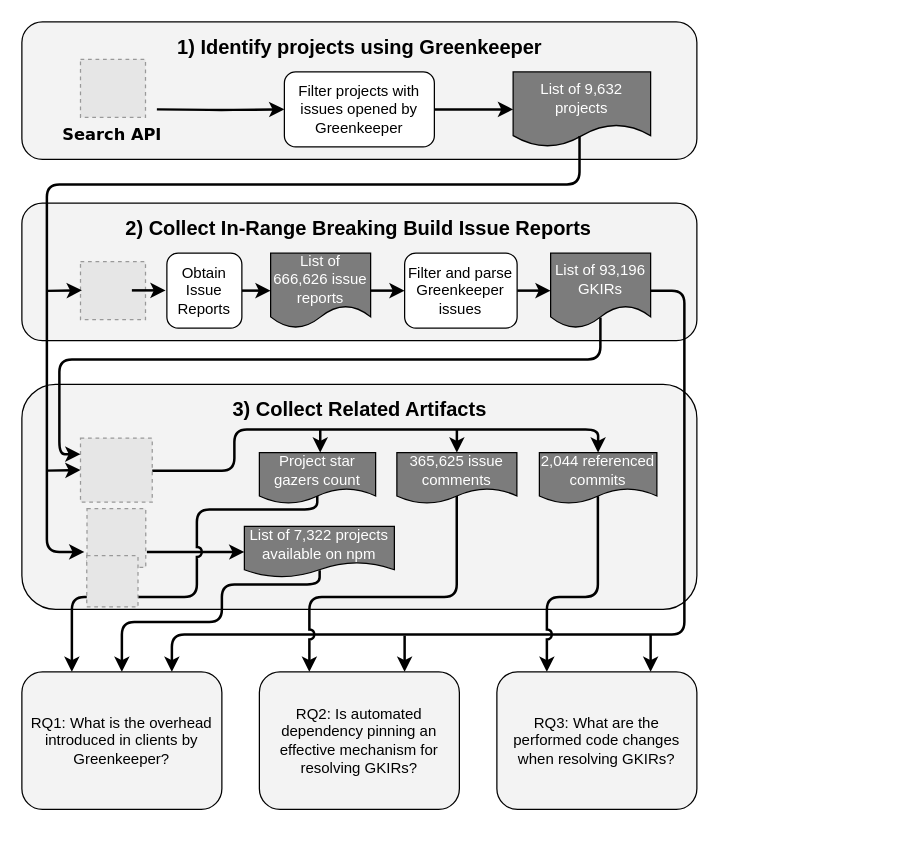
This is data_collection_diagram.drawio from brombaut/GKIR_Analysis, a draw.io file, before an edit. Source tidied: cells renumbered, new cells numbered last; positions are measured from the earlier drawing's top-left corner, leaving out a move shared by most shapes. Both pictures are drawn from the tidied source at 125%, with x=0, y=0 at pixel (21, 21). Pictures stored in the file or linked from it are replaced by grey dashed boxes.
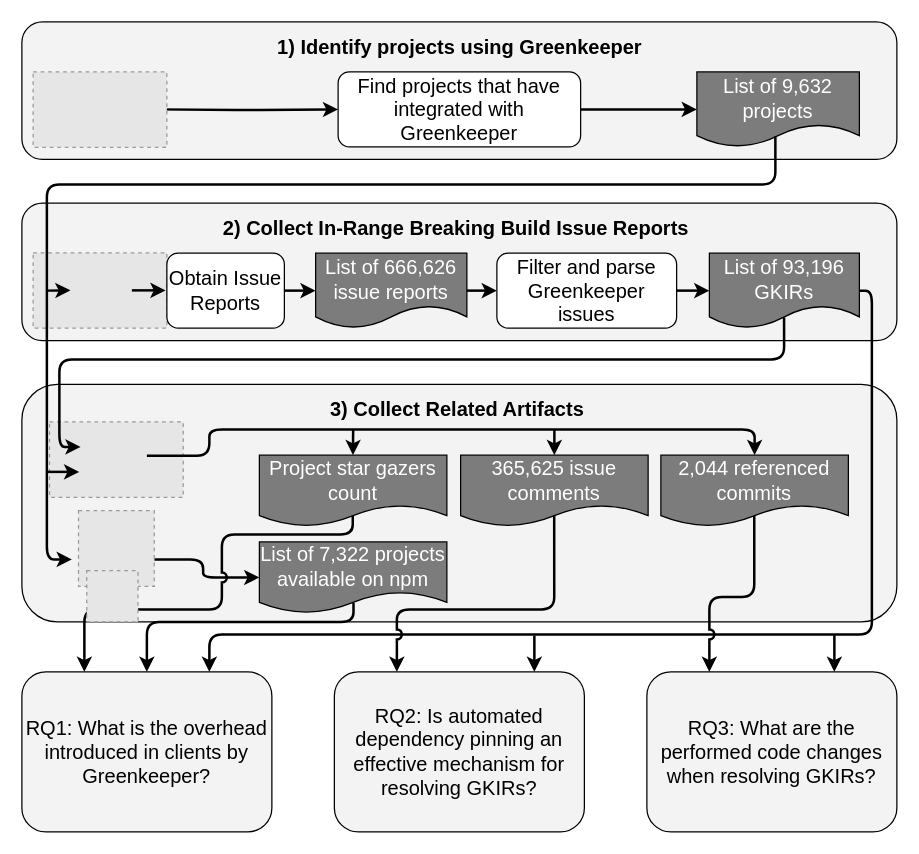
The same diagram, later.

Change to the diagram source:
```diff
@@
     <mxCell id="2" style="rounded=1;whiteSpace=wrap;html=1;fillColor=#F3F3F3;" parent="1" vertex="1">
-      <mxGeometry width="540" height="110" as="geometry" />
+      <mxGeometry width="700" height="110" as="geometry" />
     </mxCell>
     <mxCell id="3" value="&lt;b&gt;&lt;font style=&quot;font-size: 16px&quot;&gt;1) Identify projects using Greenkeeper&lt;/font&gt;&lt;/b&gt;" style="text;html=1;strokeColor=none;fillColor=none;align=center;verticalAlign=middle;whiteSpace=wrap;rounded=0;" parent="1" vertex="1">
-      <mxGeometry x="108.8" y="10" width="322.5" height="20" as="geometry" />
+      <mxGeometry x="188.8" y="10" width="322.5" height="20" as="geometry" />
     </mxCell>
@@
-    <mxCell id="5" value="Filter projects with issues opened by Greenkeeper" style="rounded=1;whiteSpace=wrap;html=1;fillColor=#FFFFFF;perimeterSpacing=0;" parent="1" vertex="1">
-      <mxGeometry x="210" y="40" width="120" height="60" as="geometry" />
+    <mxCell id="5" value="Find projects that have integrated with Greenkeeper" style="rounded=1;whiteSpace=wrap;html=1;fillColor=#FFFFFF;perimeterSpacing=0;fontSize=16;" parent="1" vertex="1">
+      <mxGeometry x="253" y="40" width="194" height="60" as="geometry" />
     </mxCell>
-    <mxCell id="6" value="&lt;font color=&quot;#ffffff&quot;&gt;List of 9,632 projects&lt;/font&gt;" style="shape=document;whiteSpace=wrap;html=1;boundedLbl=1;fillColor=#7C7C7C;" parent="1" vertex="1">
-      <mxGeometry x="393" y="40" width="110" height="60" as="geometry" />
+    <mxCell id="6" value="&lt;font color=&quot;#ffffff&quot; style=&quot;font-size: 16px;&quot;&gt;List of 9,632 projects&lt;/font&gt;" style="shape=document;whiteSpace=wrap;html=1;boundedLbl=1;fillColor=#7C7C7C;fontSize=16;" parent="1" vertex="1">
+      <mxGeometry x="540" y="40" width="130" height="60" as="geometry" />
     </mxCell>
@@
     <mxCell id="8" style="rounded=1;whiteSpace=wrap;html=1;fillColor=#F3F3F3;" parent="1" vertex="1">
-      <mxGeometry y="145" width="540" height="110" as="geometry" />
+      <mxGeometry y="145" width="700" height="110" as="geometry" />
     </mxCell>
+    <mxCell id="48" style="fillColor=#E6E6E6;strokeColor=#999999;dashed=1;verticalLabelPosition=bottom;labelBackgroundColor=#ffffff;verticalAlign=top;" parent="1" vertex="1">
+      <mxGeometry x="9" y="184.7" width="107" height="60.3" as="geometry" />
+    </mxCell>
     <mxCell id="9" value="&lt;b&gt;&lt;font style=&quot;font-size: 16px&quot;&gt;2) Collect In-Range Breaking Build Issue Reports&lt;/font&gt;&lt;/b&gt;" style="text;html=1;strokeColor=none;fillColor=none;align=center;verticalAlign=middle;whiteSpace=wrap;rounded=0;" parent="1" vertex="1">
-      <mxGeometry x="79.4" y="155" width="381.2" height="20" as="geometry" />
+      <mxGeometry x="157.4" y="155" width="381.2" height="20" as="geometry" />
     </mxCell>
@@
-    <mxCell id="11" value="Obtain Issue Reports" style="rounded=1;whiteSpace=wrap;html=1;fillColor=#FFFFFF;perimeterSpacing=0;" parent="1" vertex="1">
-      <mxGeometry x="116" y="185" width="60" height="60" as="geometry" />
+    <mxCell id="11" value="Obtain Issue Reports" style="rounded=1;whiteSpace=wrap;html=1;fillColor=#FFFFFF;perimeterSpacing=0;fontSize=16;" parent="1" vertex="1">
+      <mxGeometry x="116" y="185" width="94" height="60" as="geometry" />
     </mxCell>
@@
-    <mxCell id="13" value="&lt;font color=&quot;#ffffff&quot;&gt;List of 666,626 issue reports&lt;/font&gt;" style="shape=document;whiteSpace=wrap;html=1;boundedLbl=1;fillColor=#7C7C7C;" parent="1" vertex="1">
-      <mxGeometry x="199" y="185" width="80" height="60" as="geometry" />
+    <mxCell id="13" value="&lt;font color=&quot;#ffffff&quot; style=&quot;font-size: 16px;&quot;&gt;List of 666,626 issue reports&lt;/font&gt;" style="shape=document;whiteSpace=wrap;html=1;boundedLbl=1;fillColor=#7C7C7C;fontSize=16;" parent="1" vertex="1">
+      <mxGeometry x="235" y="185" width="121" height="60" as="geometry" />
     </mxCell>
@@
-    <mxCell id="15" value="Filter and parse Greenkeeper issues" style="rounded=1;whiteSpace=wrap;html=1;fillColor=#FFFFFF;perimeterSpacing=0;" parent="1" vertex="1">
-      <mxGeometry x="306.2" y="185" width="90" height="60" as="geometry" />
+    <mxCell id="15" value="Filter and parse Greenkeeper issues" style="rounded=1;whiteSpace=wrap;html=1;fillColor=#FFFFFF;perimeterSpacing=0;fontSize=16;" parent="1" vertex="1">
+      <mxGeometry x="380" y="185" width="143.8" height="60" as="geometry" />
     </mxCell>
-    <mxCell id="16" value="&lt;font color=&quot;#ffffff&quot;&gt;List of 93,196 GKIRs&lt;/font&gt;" style="shape=document;whiteSpace=wrap;html=1;boundedLbl=1;fillColor=#7C7C7C;" parent="1" vertex="1">
-      <mxGeometry x="423" y="185" width="80" height="60" as="geometry" />
+    <mxCell id="16" value="&lt;font color=&quot;#ffffff&quot; style=&quot;font-size: 16px;&quot;&gt;List of 93,196 GKIRs&lt;/font&gt;" style="shape=document;whiteSpace=wrap;html=1;boundedLbl=1;fillColor=#7C7C7C;fontSize=16;" parent="1" vertex="1">
+      <mxGeometry x="550" y="185" width="120" height="60" as="geometry" />
     </mxCell>
-    <mxCell id="17" style="fillColor=#E6E6E6;strokeColor=#999999;dashed=1;verticalLabelPosition=bottom;labelBackgroundColor=#ffffff;verticalAlign=top;" parent="1" vertex="1">
-      <mxGeometry x="46.9" y="191.8" width="52" height="46.4" as="geometry" />
-    </mxCell>
     <mxCell id="18" style="rounded=1;whiteSpace=wrap;html=1;fillColor=#F3F3F3;" parent="1" vertex="1">
-      <mxGeometry y="290" width="540" height="180" as="geometry" />
+      <mxGeometry y="290" width="700" height="190" as="geometry" />
     </mxCell>
+    <mxCell id="49" style="fillColor=#E6E6E6;strokeColor=#999999;dashed=1;verticalLabelPosition=bottom;labelBackgroundColor=#ffffff;verticalAlign=top;" parent="1" vertex="1">
+      <mxGeometry x="22.1" y="320" width="107" height="60.3" as="geometry" />
+    </mxCell>
     <mxCell id="19" value="&lt;b&gt;&lt;font style=&quot;font-size: 16px&quot;&gt;3) Collect Related Artifacts&lt;/font&gt;&lt;/b&gt;" style="text;html=1;strokeColor=none;fillColor=none;align=center;verticalAlign=middle;whiteSpace=wrap;rounded=0;" parent="1" vertex="1">
-      <mxGeometry x="108.8" y="300" width="322.5" height="20" as="geometry" />
+      <mxGeometry x="186.8" y="300" width="322.5" height="20" as="geometry" />
     </mxCell>
-    <mxCell id="20" value="&lt;font color=&quot;#ffffff&quot;&gt;365,625 issue comments&lt;/font&gt;" style="shape=document;whiteSpace=wrap;html=1;boundedLbl=1;fillColor=#7C7C7C;" parent="1" vertex="1">
-      <mxGeometry x="300" y="344.6" width="96" height="40.8" as="geometry" />
+    <mxCell id="20" value="&lt;font color=&quot;#ffffff&quot; style=&quot;font-size: 16px;&quot;&gt;365,625 issue comments&lt;/font&gt;" style="shape=document;whiteSpace=wrap;html=1;boundedLbl=1;fillColor=#7C7C7C;fontSize=16;" parent="1" vertex="1">
+      <mxGeometry x="351" y="346.6" width="150" height="57" as="geometry" />
     </mxCell>
     <mxCell id="21" style="edgeStyle=orthogonalEdgeStyle;rounded=1;jettySize=auto;html=1;entryX=0.5;entryY=0;entryDx=0;entryDy=0;strokeWidth=2;" parent="1" edge="1" target="23">
       <mxGeometry relative="1" as="geometry">
-        <mxPoint x="104" y="359" as="sourcePoint" />
+        <mxPoint x="100" y="347" as="sourcePoint" />
         <Array as="points">
-          <mxPoint x="170" y="359" />
-          <mxPoint x="170" y="326" />
-          <mxPoint x="461" y="326" />
+          <mxPoint x="150" y="347" />
+          <mxPoint x="150" y="326" />
+          <mxPoint x="586" y="326" />
         </Array>
       </mxGeometry>
     </mxCell>
-    <mxCell id="22" style="fillColor=#E6E6E6;strokeColor=#999999;dashed=1;verticalLabelPosition=bottom;labelBackgroundColor=#ffffff;verticalAlign=top;" parent="1" vertex="1">
-      <mxGeometry x="46.9" y="333" width="57.4" height="51.2" as="geometry" />
-    </mxCell>
-    <mxCell id="23" value="&lt;font color=&quot;#ffffff&quot;&gt;2,044 referenced commits&lt;/font&gt;" style="shape=document;whiteSpace=wrap;html=1;boundedLbl=1;fillColor=#7C7C7C;" parent="1" vertex="1">
-      <mxGeometry x="414" y="344.6" width="94" height="40.8" as="geometry" />
+    <mxCell id="23" value="&lt;font color=&quot;#ffffff&quot; style=&quot;font-size: 16px;&quot;&gt;2,044 referenced commits&lt;/font&gt;" style="shape=document;whiteSpace=wrap;html=1;boundedLbl=1;fillColor=#7C7C7C;fontSize=16;" parent="1" vertex="1">
+      <mxGeometry x="511.2" y="346.6" width="150" height="57" as="geometry" />
     </mxCell>
     <mxCell id="24" style="endArrow=classic;html=1;strokeWidth=2;entryX=0.5;entryY=0;entryDx=0;entryDy=0;" parent="1" edge="1" target="20">
       <mxGeometry relative="1" as="geometry">
-        <mxPoint x="348" y="326" as="sourcePoint" />
+        <mxPoint x="426" y="326" as="sourcePoint" />
       </mxGeometry>
     </mxCell>
-    <mxCell id="25" style="edgeStyle=orthogonalEdgeStyle;rounded=1;jettySize=auto;html=1;entryX=0;entryY=0.25;entryDx=0;entryDy=0;strokeWidth=2;exitX=0.498;exitY=0.857;exitDx=0;exitDy=0;exitPerimeter=0;" parent="1" edge="1" source="16" target="22">
+    <mxCell id="25" style="edgeStyle=orthogonalEdgeStyle;rounded=1;jettySize=auto;html=1;strokeWidth=2;exitX=0.498;exitY=0.857;exitDx=0;exitDy=0;exitPerimeter=0;" parent="1" edge="1" source="16">
       <mxGeometry relative="1" as="geometry">
+        <mxPoint x="47" y="340" as="targetPoint" />
         <Array as="points">
-          <mxPoint x="463" y="270" />
+          <mxPoint x="610" y="270" />
           <mxPoint x="30" y="270" />
-          <mxPoint x="30" y="346" />
+          <mxPoint x="30" y="340" />
         </Array>
       </mxGeometry>
     </mxCell>
-    <mxCell id="26" value="RQ1: What is the overhead introduced in clients by Greenkeeper?" style="rounded=1;whiteSpace=wrap;html=1;fillColor=#F3F3F3;" parent="1" vertex="1">
-      <mxGeometry y="520" width="160" height="110" as="geometry" />
+    <mxCell id="26" value="RQ1: What is the overhead introduced in clients by Greenkeeper?" style="rounded=1;whiteSpace=wrap;html=1;fillColor=#F3F3F3;fontSize=16;" parent="1" vertex="1">
+      <mxGeometry y="520" width="200" height="128" as="geometry" />
     </mxCell>
-    <mxCell id="27" value="RQ2: Is automated dependency pinning an effective mechanism for resolving GKIRs?" style="rounded=1;whiteSpace=wrap;html=1;fillColor=#F3F3F3;" parent="1" vertex="1">
-      <mxGeometry x="190" y="520" width="160" height="110" as="geometry" />
+    <mxCell id="27" value="RQ2: Is automated dependency pinning an effective mechanism for resolving GKIRs?" style="rounded=1;whiteSpace=wrap;html=1;fillColor=#F3F3F3;fontSize=16;" parent="1" vertex="1">
+      <mxGeometry x="250" y="520" width="200" height="128" as="geometry" />
     </mxCell>
-    <mxCell id="28" value="RQ3: What are the performed code changes when resolving GKIRs?" style="rounded=1;whiteSpace=wrap;html=1;fillColor=#F3F3F3;" parent="1" vertex="1">
-      <mxGeometry x="380" y="520" width="160" height="110" as="geometry" />
+    <mxCell id="28" value="RQ3: What are the performed code changes when resolving GKIRs?" style="rounded=1;whiteSpace=wrap;html=1;fillColor=#F3F3F3;fontSize=16;" parent="1" vertex="1">
+      <mxGeometry x="500" y="520" width="200" height="128" as="geometry" />
     </mxCell>
     <mxCell id="29" style="edgeStyle=orthogonalEdgeStyle;jettySize=auto;html=1;entryX=0.75;entryY=0;entryDx=0;entryDy=0;rounded=1;strokeWidth=2;" parent="1" edge="1" source="16" target="26">
       <mxGeometry relative="1" as="geometry">
         <Array as="points">
-          <mxPoint x="530" y="215" />
-          <mxPoint x="530" y="490" />
-          <mxPoint x="120" y="490" />
+          <mxPoint x="680" y="215" />
+          <mxPoint x="680" y="490" />
+          <mxPoint x="150" y="490" />
         </Array>
       </mxGeometry>
     </mxCell>
     <mxCell id="30" style="endArrow=classic;html=1;strokeWidth=2;entryX=0.5;entryY=0;entryDx=0;entryDy=0;" parent="1" edge="1">
       <mxGeometry relative="1" as="geometry">
-        <mxPoint x="306.2" y="491" as="sourcePoint" />
-        <mxPoint x="306.2" y="520" as="targetPoint" />
+        <mxPoint x="410" y="491" as="sourcePoint" />
+        <mxPoint x="410" y="520" as="targetPoint" />
       </mxGeometry>
     </mxCell>
     <mxCell id="31" style="endArrow=classic;html=1;strokeWidth=2;entryX=0.5;entryY=0;entryDx=0;entryDy=0;" parent="1" edge="1">
       <mxGeometry relative="1" as="geometry">
-        <mxPoint x="503" y="490" as="sourcePoint" />
-        <mxPoint x="503" y="520" as="targetPoint" />
+        <mxPoint x="650" y="490" as="sourcePoint" />
+        <mxPoint x="650" y="520" as="targetPoint" />
       </mxGeometry>
     </mxCell>
     <mxCell id="32" style="edgeStyle=orthogonalEdgeStyle;rounded=1;jettySize=auto;html=1;entryX=0.25;entryY=0;entryDx=0;entryDy=0;strokeWidth=2;exitX=0.498;exitY=0.853;exitDx=0;exitDy=0;exitPerimeter=0;jumpStyle=arc;" parent="1" edge="1" source="23" target="28">
       <mxGeometry relative="1" as="geometry">
         <Array as="points">
-          <mxPoint x="461" y="460" />
-          <mxPoint x="420" y="460" />
+          <mxPoint x="586" y="460" />
+          <mxPoint x="550" y="460" />
         </Array>
       </mxGeometry>
     </mxCell>
     <mxCell id="33" style="edgeStyle=orthogonalEdgeStyle;rounded=1;jumpStyle=arc;jettySize=auto;html=1;entryX=0.25;entryY=0;entryDx=0;entryDy=0;strokeWidth=2;jumpSize=6;exitX=0.499;exitY=0.85;exitDx=0;exitDy=0;exitPerimeter=0;" parent="1" edge="1" source="20" target="27">
       <mxGeometry relative="1" as="geometry">
         <Array as="points">
-          <mxPoint x="348" y="460" />
-          <mxPoint x="230" y="460" />
+          <mxPoint x="426" y="470" />
+          <mxPoint x="300" y="470" />
         </Array>
       </mxGeometry>
     </mxCell>
-    <mxCell id="34" style="edgeStyle=orthogonalEdgeStyle;rounded=1;jumpStyle=arc;jumpSize=6;jettySize=auto;html=1;entryX=0;entryY=0.5;entryDx=0;entryDy=0;strokeWidth=2;" parent="1" edge="1" target="42">
+    <mxCell id="34" style="edgeStyle=orthogonalEdgeStyle;rounded=1;jumpStyle=arc;jumpSize=6;jettySize=auto;html=1;entryX=0;entryY=0.5;entryDx=0;entryDy=0;strokeWidth=2;" parent="1" edge="1" source="43" target="42">
       <mxGeometry relative="1" as="geometry">
-        <mxPoint x="100" y="424" as="sourcePoint" />
+        <Array as="points">
+          <mxPoint x="145" y="430" />
+          <mxPoint x="145" y="445" />
+        </Array>
       </mxGeometry>
     </mxCell>
     <mxCell id="35" style="edgeStyle=orthogonalEdgeStyle;rounded=1;jettySize=auto;html=1;strokeWidth=2;exitX=0.483;exitY=0.854;exitDx=0;exitDy=0;exitPerimeter=0;" parent="1" edge="1" source="6">
       <mxGeometry relative="1" as="geometry">
-        <mxPoint x="50" y="424" as="targetPoint" />
+        <mxPoint x="40" y="430" as="targetPoint" />
         <Array as="points">
-          <mxPoint x="446" y="130" />
+          <mxPoint x="603" y="130" />
           <mxPoint x="20" y="130" />
-          <mxPoint x="20" y="424" />
+          <mxPoint x="20" y="430" />
         </Array>
       </mxGeometry>
     </mxCell>
-    <mxCell id="36" style="endArrow=classic;html=1;strokeWidth=2;entryX=0;entryY=0.5;entryDx=0;entryDy=0;" parent="1" edge="1" target="22">
+    <mxCell id="36" style="endArrow=classic;html=1;strokeWidth=2;entryX=0;entryY=0.5;entryDx=0;entryDy=0;" parent="1" edge="1">
       <mxGeometry relative="1" as="geometry">
-        <mxPoint x="20" y="359" as="sourcePoint" />
+        <mxPoint x="20" y="360" as="sourcePoint" />
+        <mxPoint x="45.9" y="360" as="targetPoint" />
       </mxGeometry>
     </mxCell>
     <mxCell id="37" style="endArrow=classic;html=1;strokeWidth=2;entryX=0;entryY=0.5;entryDx=0;entryDy=0;" parent="1" edge="1">
       <mxGeometry relative="1" as="geometry">
-        <mxPoint x="20.1" y="215.2" as="sourcePoint" />
-        <mxPoint x="48" y="214.8" as="targetPoint" />
+        <mxPoint x="20" y="215" as="sourcePoint" />
+        <mxPoint x="38.9" y="214.8" as="targetPoint" />
       </mxGeometry>
     </mxCell>
     <mxCell id="38" style="edgeStyle=orthogonalEdgeStyle;rounded=1;jumpStyle=arc;jumpSize=6;jettySize=auto;html=1;entryX=0.25;entryY=0;entryDx=0;entryDy=0;strokeWidth=2;exitX=0.498;exitY=0.839;exitDx=0;exitDy=0;exitPerimeter=0;" parent="1" edge="1" source="39" target="26">
       <mxGeometry relative="1" as="geometry">
         <Array as="points">
-          <mxPoint x="236" y="390" />
-          <mxPoint x="140" y="390" />
-          <mxPoint x="140" y="460" />
-          <mxPoint x="40" y="460" />
+          <mxPoint x="265" y="410" />
+          <mxPoint x="160" y="410" />
+          <mxPoint x="160" y="470" />
+          <mxPoint x="50" y="470" />
         </Array>
       </mxGeometry>
     </mxCell>
-    <mxCell id="39" value="&lt;font color=&quot;#ffffff&quot;&gt;Project star gazers count&lt;/font&gt;" style="shape=document;whiteSpace=wrap;html=1;boundedLbl=1;fillColor=#7C7C7C;" parent="1" vertex="1">
-      <mxGeometry x="190" y="344.6" width="93" height="40.8" as="geometry" />
+    <mxCell id="39" value="&lt;font color=&quot;#ffffff&quot; style=&quot;font-size: 16px;&quot;&gt;Project star gazers count&lt;/font&gt;" style="shape=document;whiteSpace=wrap;html=1;boundedLbl=1;fillColor=#7C7C7C;fontSize=16;" parent="1" vertex="1">
+      <mxGeometry x="190" y="346.6" width="150" height="57" as="geometry" />
     </mxCell>
     <mxCell id="40" style="endArrow=classic;html=1;strokeWidth=2;entryX=0.5;entryY=0;entryDx=0;entryDy=0;" parent="1" edge="1">
       <mxGeometry relative="1" as="geometry">
-        <mxPoint x="238.7" y="326" as="sourcePoint" />
-        <mxPoint x="238.7" y="344.6" as="targetPoint" />
+        <mxPoint x="265" y="326" as="sourcePoint" />
+        <mxPoint x="264.9" y="346.6" as="targetPoint" />
       </mxGeometry>
     </mxCell>
     <mxCell id="41" style="edgeStyle=orthogonalEdgeStyle;rounded=1;jumpStyle=arc;jumpSize=6;jettySize=auto;html=1;entryX=0.5;entryY=0;entryDx=0;entryDy=0;strokeWidth=2;exitX=0.502;exitY=0.859;exitDx=0;exitDy=0;exitPerimeter=0;" parent="1" edge="1" source="42" target="26">
       <mxGeometry relative="1" as="geometry">
         <Array as="points">
-          <mxPoint x="238" y="450" />
-          <mxPoint x="160" y="450" />
-          <mxPoint x="160" y="480" />
-          <mxPoint x="80" y="480" />
+          <mxPoint x="265" y="480" />
+          <mxPoint x="100" y="480" />
         </Array>
       </mxGeometry>
     </mxCell>
-    <mxCell id="42" value="&lt;font color=&quot;#ffffff&quot;&gt;List of 7,322 projects available on npm&lt;/font&gt;" style="shape=document;whiteSpace=wrap;html=1;boundedLbl=1;fillColor=#7C7C7C;" parent="1" vertex="1">
-      <mxGeometry x="178" y="403.6" width="120" height="40.8" as="geometry" />
+    <mxCell id="42" value="&lt;font color=&quot;#ffffff&quot; style=&quot;font-size: 16px;&quot;&gt;List of 7,322 projects available on npm&lt;/font&gt;" style="shape=document;whiteSpace=wrap;html=1;boundedLbl=1;fillColor=#7C7C7C;fontSize=16;" parent="1" vertex="1">
+      <mxGeometry x="190" y="416" width="150" height="57" as="geometry" />
     </mxCell>
     <mxCell id="43" style="fillColor=#E6E6E6;strokeColor=#999999;dashed=1;verticalLabelPosition=bottom;labelBackgroundColor=#ffffff;verticalAlign=top;" parent="1" vertex="1">
-      <mxGeometry x="52.1" y="389.4" width="47" height="47" as="geometry" />
+      <mxGeometry x="45.3" y="391" width="60.6" height="60.6" as="geometry" />
     </mxCell>
     <mxCell id="44" style="fillColor=#E6E6E6;strokeColor=#999999;dashed=1;verticalLabelPosition=bottom;labelBackgroundColor=#ffffff;verticalAlign=top;" parent="1" vertex="1">
-      <mxGeometry x="51.9" y="427" width="41" height="41" as="geometry" />
+      <mxGeometry x="51.9" y="439" width="41" height="41" as="geometry" />
     </mxCell>
-    <mxCell id="45" style="fillColor=#E6E6E6;strokeColor=#999999;dashed=1;verticalLabelPosition=bottom;labelBackgroundColor=#ffffff;verticalAlign=top;" parent="1" vertex="1">
-      <mxGeometry x="46.9" y="30" width="52" height="46.4" as="geometry" />
-    </mxCell>
-    <mxCell id="46" value="&lt;b&gt;&lt;font style=&quot;font-size: 13px&quot; face=&quot;Verdana&quot;&gt;Search API&lt;/font&gt;&lt;/b&gt;" style="text;html=1;align=center;verticalAlign=middle;strokeColor=none;fontSize=10;" parent="1" vertex="1">
-      <mxGeometry x="22" y="80" width="100" height="20" as="geometry" />
-    </mxCell>
@@
+    <mxCell id="50" style="fillColor=#E6E6E6;strokeColor=#999999;dashed=1;verticalLabelPosition=bottom;labelBackgroundColor=#ffffff;verticalAlign=top;" parent="1" vertex="1">
+      <mxGeometry x="9" y="40" width="107" height="60.3" as="geometry" />
+    </mxCell>
```
